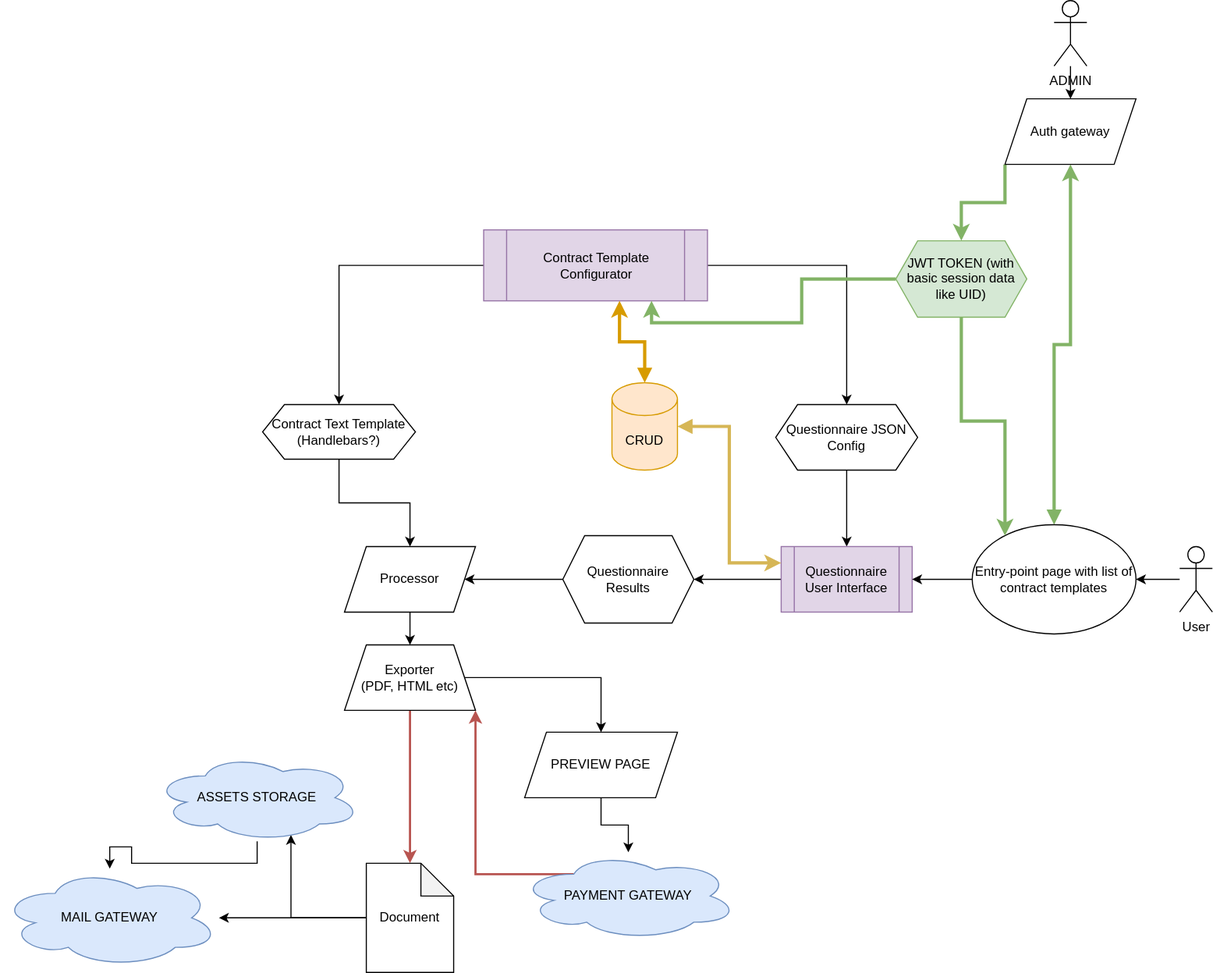
This is highlevel-architecture.svg from nikpl7777/drafter-highlevel-tech-overiview, a draw.io export, as it was before one commit. Source tidied: cells renumbered, new cells last; positions are measured from the earlier drawing's top-left corner, leaving out a move shared by most shapes.
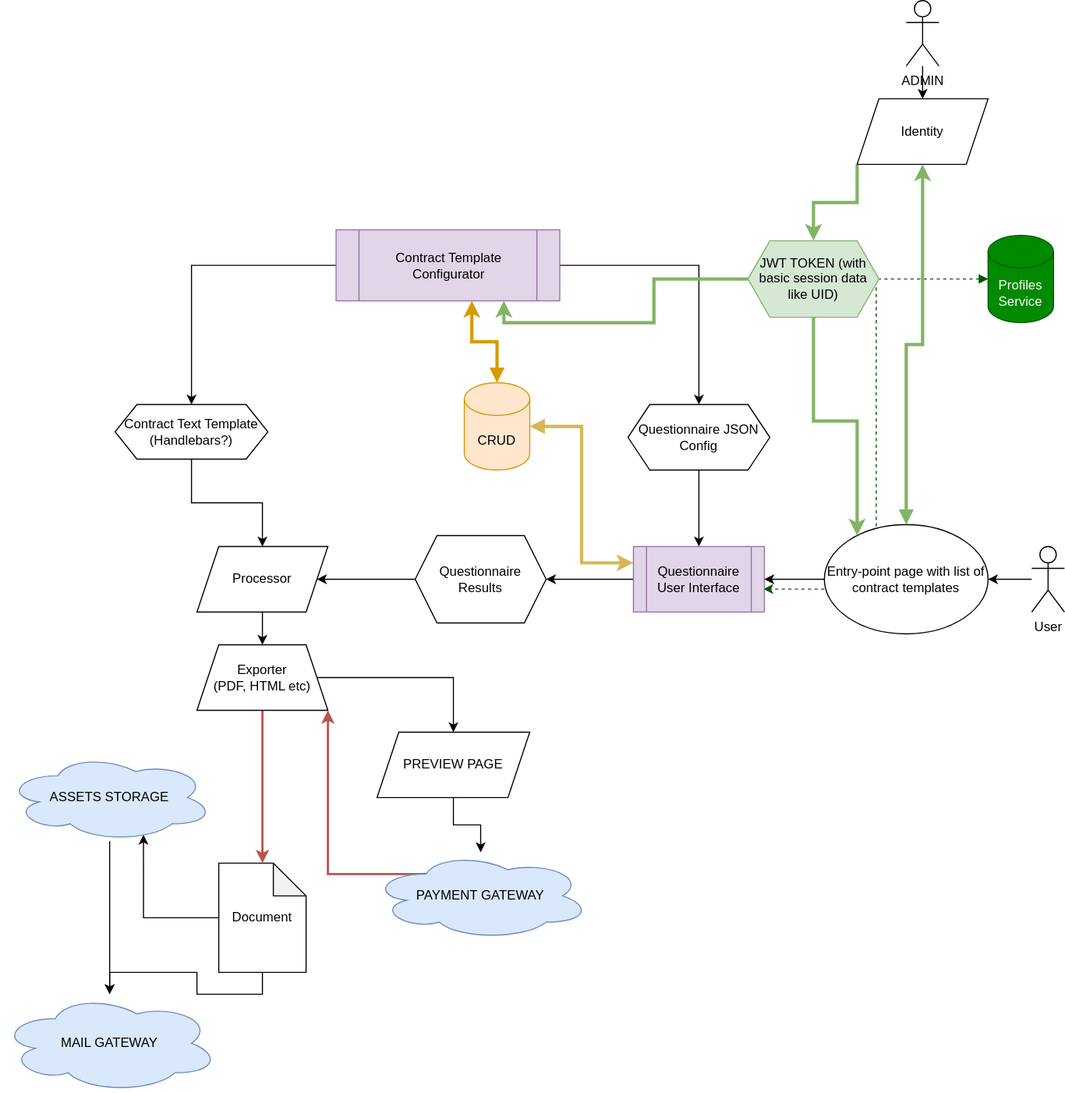
After the commit.

Commit message:
Add more auth details to diagram

What changed in the source:
```diff
@@ -2,6 +2,9 @@
   <root>
     <mxCell id="0" />
     <mxCell id="1" parent="0" />
+    <mxCell id="43" style="edgeStyle=orthogonalEdgeStyle;rounded=0;jettySize=auto;html=1;startArrow=block;startFill=1;strokeWidth=1;entryX=0.992;entryY=0.65;entryDx=0;entryDy=0;dashed=1;fillColor=#008a00;strokeColor=#005700;entryPerimeter=0;" parent="1" edge="1" source="44" target="10">
+      <mxGeometry relative="1" as="geometry" />
+    </mxCell>
     <mxCell id="2" style="edgeStyle=orthogonalEdgeStyle;rounded=0;jettySize=auto;html=1;" parent="1" edge="1" source="4" target="6">
       <mxGeometry relative="1" as="geometry" />
     </mxCell>
@@ -87,7 +90,7 @@
       <mxGeometry x="475" y="780" width="200" height="80" as="geometry" />
     </mxCell>
     <mxCell id="30" value="MAIL GATEWAY" style="ellipse;shape=cloud;whiteSpace=wrap;html=1;fillColor=#dae8fc;strokeColor=#6c8ebf;" parent="1" vertex="1">
-      <mxGeometry y="795" width="200" height="90" as="geometry" />
+      <mxGeometry x="135" y="910" width="200" height="90" as="geometry" />
     </mxCell>
     <mxCell id="31" style="edgeStyle=orthogonalEdgeStyle;rounded=0;jettySize=auto;html=1;strokeWidth=1;" parent="1" edge="1" source="32" target="30">
       <mxGeometry relative="1" as="geometry" />
@@ -98,7 +101,7 @@
     <mxCell id="33" style="edgeStyle=orthogonalEdgeStyle;rounded=0;jettySize=auto;html=1;strokeWidth=3;fillColor=#d5e8d4;strokeColor=#82b366;exitX=0;exitY=1;exitDx=0;exitDy=0;" parent="1" edge="1" source="34" target="37">
       <mxGeometry relative="1" as="geometry" />
     </mxCell>
-    <mxCell id="34" value="Auth gateway" style="shape=parallelogram;perimeter=parallelogramPerimeter;whiteSpace=wrap;html=1;fixedSize=1;" parent="1" vertex="1">
+    <mxCell id="34" value="Identity" style="shape=parallelogram;perimeter=parallelogramPerimeter;whiteSpace=wrap;html=1;fixedSize=1;" parent="1" vertex="1">
       <mxGeometry x="920" y="90" width="120" height="60" as="geometry" />
     </mxCell>
     <mxCell id="35" style="edgeStyle=orthogonalEdgeStyle;rounded=0;jettySize=auto;html=1;strokeWidth=3;fillColor=#d5e8d4;strokeColor=#82b366;entryX=0.75;entryY=1;entryDx=0;entryDy=0;" parent="1" edge="1" source="37" target="4">
@@ -125,5 +128,8 @@
     <mxCell id="42" value="CRUD" style="shape=cylinder3;whiteSpace=wrap;html=1;boundedLbl=1;backgroundOutline=1;size=15;fillColor=#ffe6cc;strokeColor=#d79b00;" parent="1" vertex="1">
       <mxGeometry x="560" y="350" width="60" height="80" as="geometry" />
     </mxCell>
+    <mxCell id="44" value="Profiles Service" style="shape=cylinder3;whiteSpace=wrap;html=1;boundedLbl=1;backgroundOutline=1;size=15;fillColor=#008a00;strokeColor=#005700;fontColor=#ffffff;" parent="1" vertex="1">
+      <mxGeometry x="1040" y="215" width="60" height="80" as="geometry" />
+    </mxCell>
   </root>
 </mxGraphModel>
```
